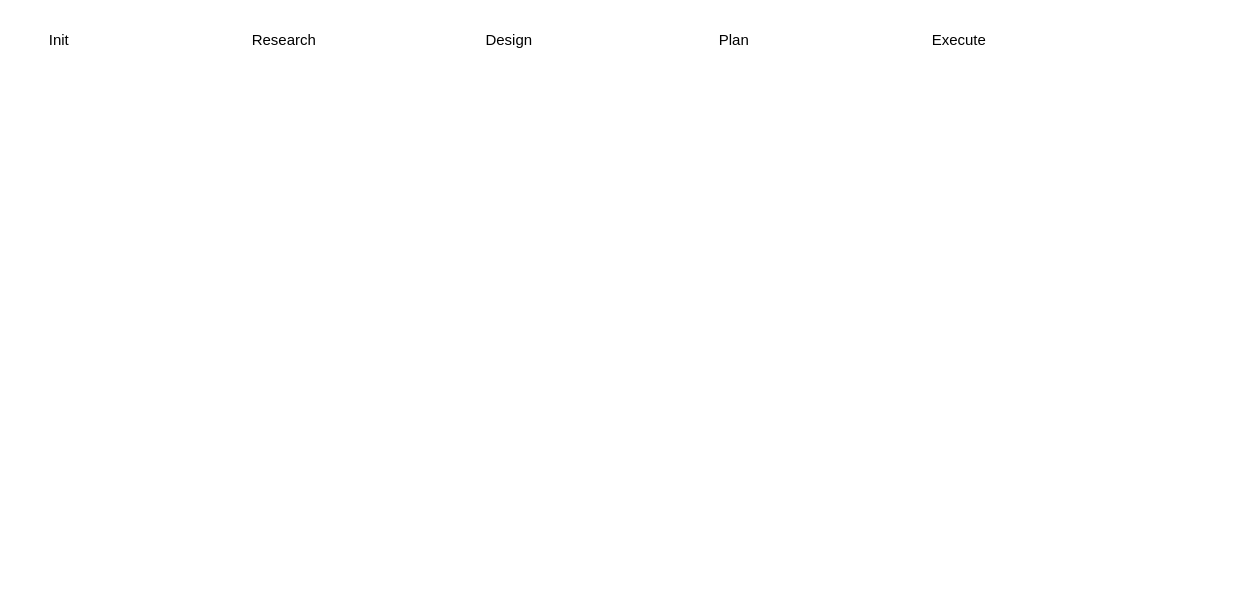
This is workflow.drawio from d-sauer/design-first, a draw.io file, before an edit. Source tidied: cells renumbered, new cells numbered last; positions are measured from the earlier drawing's top-left corner, leaving out a move shared by most shapes. Both pictures are drawn from the tidied source at 125%, with x=0, y=0 at pixel (21, 21).
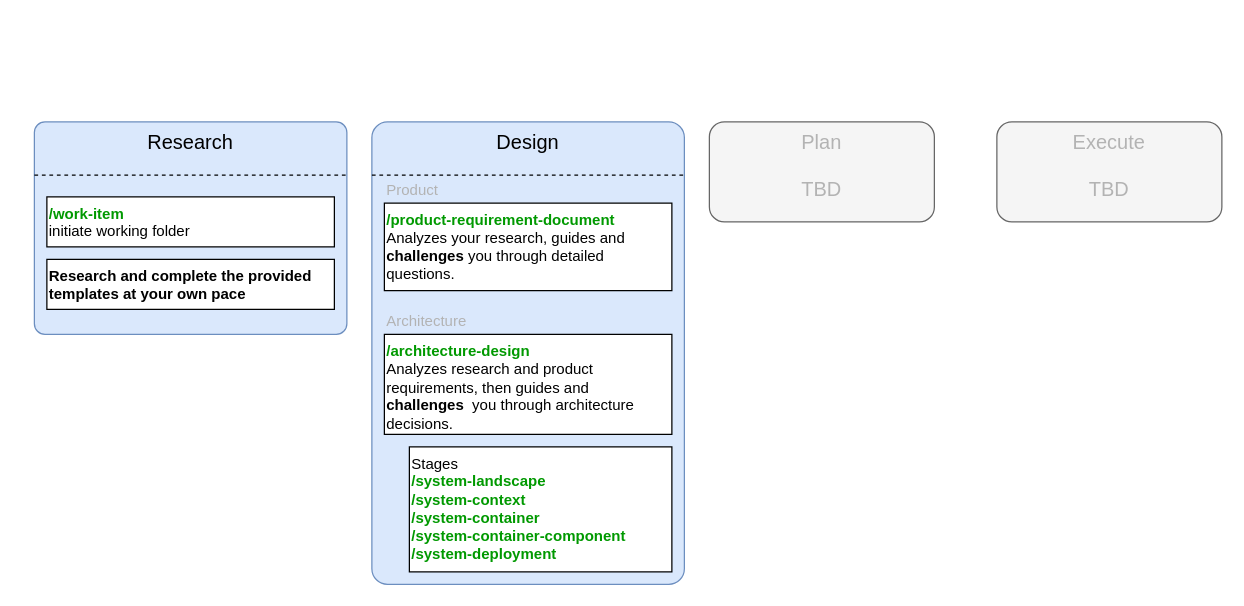
After the change.

Commit message (it also covers changes not shown here):
add workflow diagram

The edit, as a diff of the source:
```diff
@@
 <mxGraphModel>
   <root>
     <mxCell id="0" />
     <mxCell id="1" parent="0" />
-    <mxCell id="2" value="Research" style="text;html=1;whiteSpace=wrap;strokeColor=none;fillColor=none;align=center;verticalAlign=middle;rounded=0;" parent="1" vertex="1">
-      <mxGeometry x="180" width="60" height="30" as="geometry" />
+    <mxCell id="2" value="Research" style="rounded=1;whiteSpace=wrap;html=1;verticalAlign=top;fontSize=16;fillColor=#dae8fc;strokeColor=#6c8ebf;arcSize=5;" parent="1" vertex="1">
+      <mxGeometry x="10" y="80" width="250" height="170" as="geometry" />
     </mxCell>
-    <mxCell id="3" value="Init" style="text;html=1;whiteSpace=wrap;strokeColor=none;fillColor=none;align=center;verticalAlign=middle;rounded=0;" parent="1" vertex="1">
-      <mxGeometry width="60" height="30" as="geometry" />
-    </mxCell>
+    <mxCell id="7" value="Plan&lt;div&gt;&lt;br&gt;&lt;/div&gt;&lt;div&gt;TBD&lt;/div&gt;" style="rounded=1;whiteSpace=wrap;html=1;verticalAlign=top;fontSize=16;fillColor=#f5f5f5;fontColor=#B3B3B3;strokeColor=#666666;" parent="1" vertex="1">
+      <mxGeometry x="550" y="80" width="180" height="80" as="geometry" />
+    </mxCell>
+    <mxCell id="8" value="Execute&lt;div&gt;&lt;br&gt;&lt;/div&gt;&lt;div&gt;TBD&lt;/div&gt;" style="rounded=1;whiteSpace=wrap;html=1;verticalAlign=top;fontSize=16;fillColor=#f5f5f5;fontColor=#B3B3B3;strokeColor=#666666;" parent="1" vertex="1">
+      <mxGeometry x="780" y="80" width="180" height="80" as="geometry" />
+    </mxCell>
+    <mxCell id="9" style="endArrow=none;dashed=1;html=1;rounded=0;entryX=1;entryY=0.25;entryDx=0;entryDy=0;exitX=0;exitY=0.25;exitDx=0;exitDy=0;" parent="1" edge="1" source="2" target="2">
+      <mxGeometry relative="1" as="geometry" />
+    </mxCell>
+    <mxCell id="10" value="&lt;b&gt;&lt;font style=&quot;color: rgb(0, 153, 0);&quot;&gt;/work-item&lt;/font&gt;&lt;/b&gt;&lt;br&gt;initiate working folder" style="rounded=0;whiteSpace=wrap;html=1;align=left;verticalAlign=top;" parent="1" vertex="1">
+      <mxGeometry x="20" y="140" width="230" height="40" as="geometry" />
+    </mxCell>
+    <mxCell id="11" value="&lt;b&gt;Research and complete the provided templates at your own pace&lt;/b&gt;" style="rounded=0;whiteSpace=wrap;html=1;align=left;verticalAlign=top;" parent="1" vertex="1">
+      <mxGeometry x="20" y="190" width="230" height="40" as="geometry" />
+    </mxCell>
-    <mxCell id="4" value="Design" style="text;html=1;whiteSpace=wrap;strokeColor=none;fillColor=none;align=center;verticalAlign=middle;rounded=0;" parent="1" vertex="1">
-      <mxGeometry x="360" width="60" height="30" as="geometry" />
+    <mxCell id="4" value="Design" style="rounded=1;whiteSpace=wrap;html=1;verticalAlign=top;fontSize=16;fillColor=#dae8fc;strokeColor=#6c8ebf;arcSize=5;" parent="1" vertex="1">
+      <mxGeometry x="280" y="80" width="250" height="370" as="geometry" />
     </mxCell>
-    <mxCell id="5" value="Plan" style="text;html=1;whiteSpace=wrap;strokeColor=none;fillColor=none;align=center;verticalAlign=middle;rounded=0;" parent="1" vertex="1">
-      <mxGeometry x="540" width="60" height="30" as="geometry" />
-    </mxCell>
-    <mxCell id="6" value="Execute" style="text;html=1;whiteSpace=wrap;strokeColor=none;fillColor=none;align=center;verticalAlign=middle;rounded=0;" parent="1" vertex="1">
-      <mxGeometry x="720" width="60" height="30" as="geometry" />
-    </mxCell>
+    <mxCell id="12" style="endArrow=none;dashed=1;html=1;rounded=0;entryX=1;entryY=0.25;entryDx=0;entryDy=0;exitX=0;exitY=0.25;exitDx=0;exitDy=0;" parent="1" edge="1">
+      <mxGeometry relative="1" as="geometry">
+        <mxPoint x="280" y="122.5" as="sourcePoint" />
+        <mxPoint x="530" y="122.5" as="targetPoint" />
+      </mxGeometry>
+    </mxCell>
+    <mxCell id="13" value="&lt;font color=&quot;#009900&quot;&gt;&lt;b&gt;/product-requirement-document&lt;/b&gt;&lt;/font&gt;&lt;br&gt;Analyzes your research, guides and &lt;b&gt;challenges&lt;/b&gt; you through detailed questions.&amp;nbsp;" style="rounded=0;whiteSpace=wrap;html=1;align=left;verticalAlign=top;" parent="1" vertex="1">
+      <mxGeometry x="290" y="145" width="230" height="70" as="geometry" />
+    </mxCell>
+    <mxCell id="14" value="&lt;font color=&quot;#009900&quot;&gt;&lt;b&gt;/architecture-design&lt;/b&gt;&lt;/font&gt;&lt;br&gt;Analyzes research and product requirements, then guides and &lt;b&gt;challenges&lt;/b&gt;&amp;nbsp; you through architecture decisions." style="rounded=0;whiteSpace=wrap;html=1;align=left;verticalAlign=top;" parent="1" vertex="1">
+      <mxGeometry x="290" y="250" width="230" height="80" as="geometry" />
+    </mxCell>
+    <mxCell id="15" value="Product" style="text;html=1;whiteSpace=wrap;strokeColor=none;fillColor=none;align=left;verticalAlign=middle;rounded=0;fontColor=#B3B3B3;" parent="1" vertex="1">
+      <mxGeometry x="290" y="125" width="130" height="20" as="geometry" />
+    </mxCell>
+    <mxCell id="16" value="Architecture" style="text;html=1;whiteSpace=wrap;strokeColor=none;fillColor=none;align=left;verticalAlign=middle;rounded=0;fontColor=#B3B3B3;" parent="1" vertex="1">
+      <mxGeometry x="290" y="230" width="130" height="20" as="geometry" />
+    </mxCell>
+    <mxCell id="17" value="&lt;font style=&quot;color: rgb(0, 0, 0);&quot;&gt;Stages&lt;/font&gt;&lt;br&gt;&lt;div style=&quot;color: rgb(0, 153, 0);&quot;&gt;&lt;b&gt;/system-landscape&lt;/b&gt;&lt;/div&gt;&lt;div style=&quot;color: rgb(0, 153, 0);&quot;&gt;&lt;b&gt;/system-context&lt;/b&gt;&lt;/div&gt;&lt;div style=&quot;color: rgb(0, 153, 0);&quot;&gt;&lt;b&gt;/system-container&lt;/b&gt;&lt;/div&gt;&lt;div style=&quot;color: rgb(0, 153, 0);&quot;&gt;&lt;b&gt;/system-container-component&lt;/b&gt;&lt;/div&gt;&lt;div style=&quot;color: rgb(0, 153, 0);&quot;&gt;&lt;b&gt;/system-deployment&lt;/b&gt;&lt;/div&gt;" style="rounded=0;whiteSpace=wrap;html=1;align=left;verticalAlign=top;" parent="1" vertex="1">
+      <mxGeometry x="310" y="340" width="210" height="100" as="geometry" />
+    </mxCell>
   </root>
 </mxGraphModel>
```
